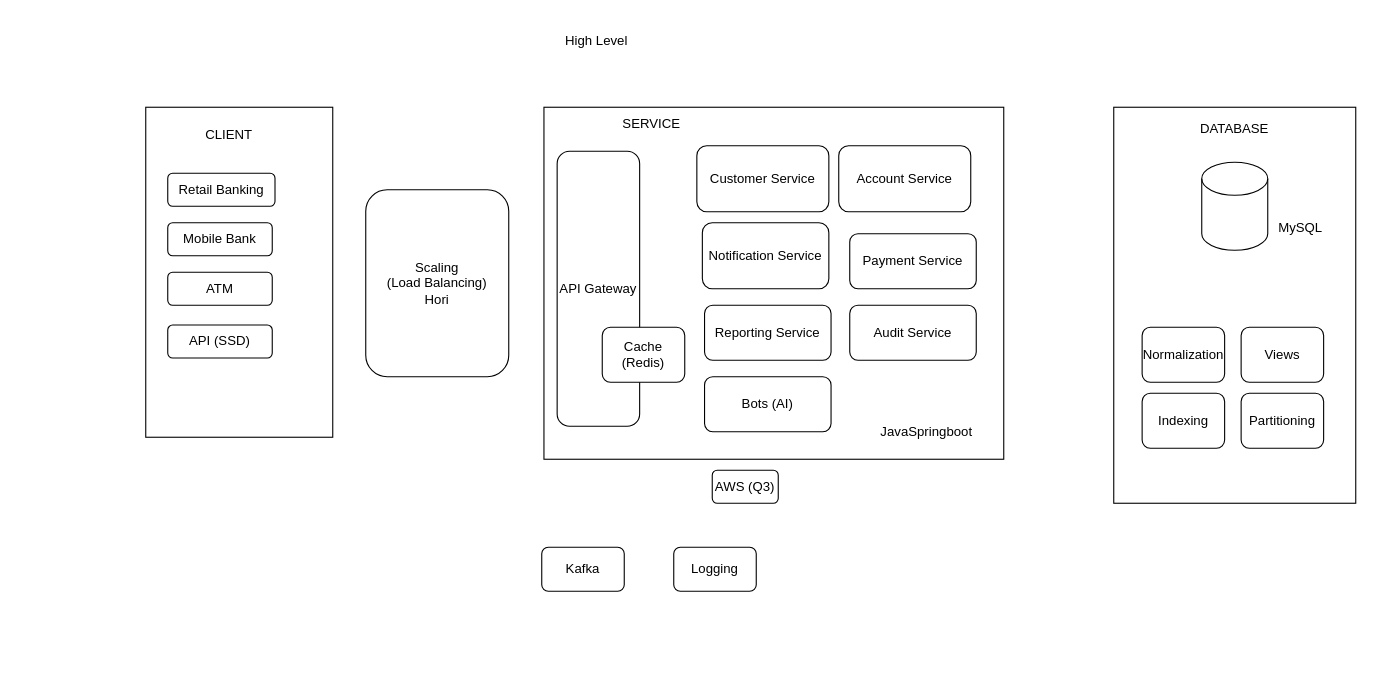
This is resources/Banking App Diagram.drawio from AkhoMngqibisa/java-backend-study-group, a draw.io file, before an edit. Source tidied: cells renumbered, new cells numbered last; positions are measured from the earlier drawing's top-left corner, leaving out a move shared by most shapes. Both pictures are drawn from the tidied source at 110%, with x=0, y=0 at pixel (145, 19).
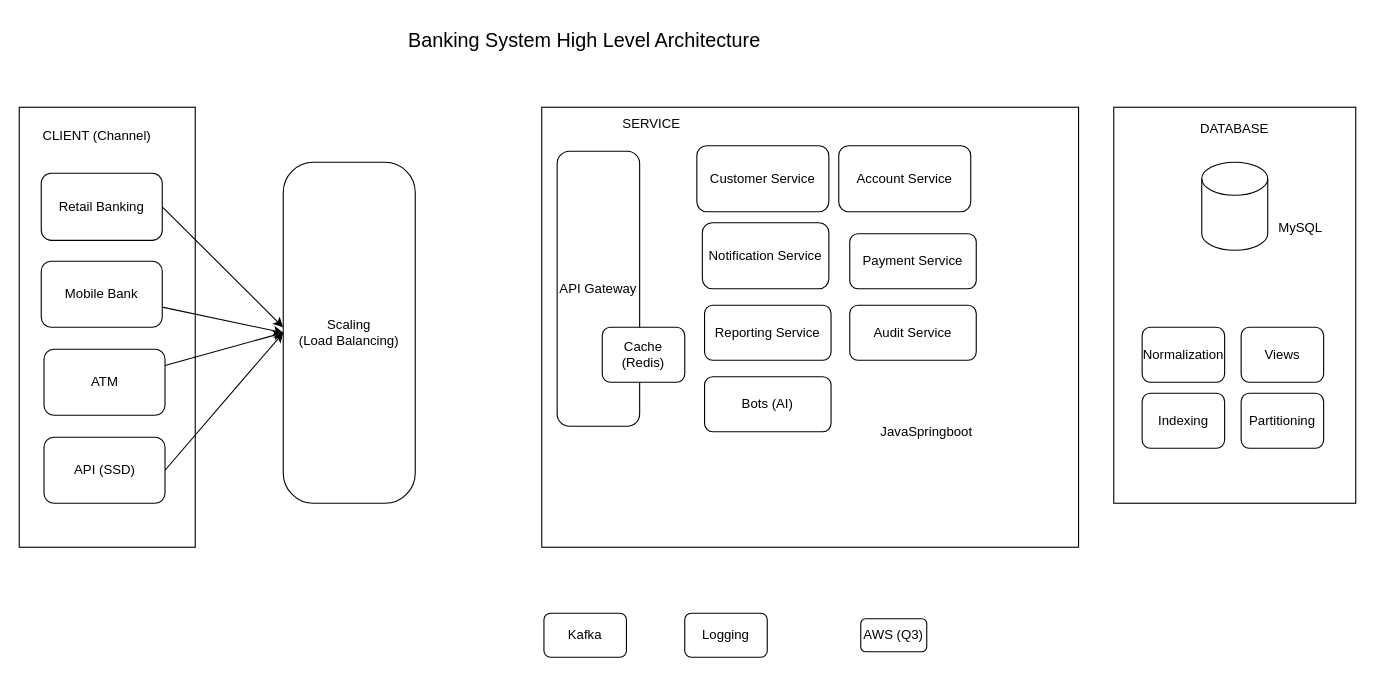
The same page after the edit.

Commit message (it also covers changes not shown here):
feat: update the client layer

What changed in the source:
```diff
@@
-    <mxCell id="2" value="High Level" style="text;html=1;whiteSpace=wrap;strokeColor=none;fillColor=none;align=center;verticalAlign=middle;rounded=0;" parent="1" vertex="1">
-      <mxGeometry x="330" width="160" height="40" as="geometry" />
+    <mxCell id="2" value="&lt;font style=&quot;font-size: 18px;&quot;&gt;Banking System High Level Architecture&lt;/font&gt;" style="text;html=1;whiteSpace=wrap;strokeColor=none;fillColor=none;align=center;verticalAlign=middle;rounded=0;" parent="1" vertex="1">
+      <mxGeometry x="215" width="367.5" height="40" as="geometry" />
     </mxCell>
     <mxCell id="3" style="rounded=0;whiteSpace=wrap;html=1;" parent="1" vertex="1">
-      <mxGeometry y="80" width="170" height="300" as="geometry" />
+      <mxGeometry x="-115" y="80" width="160" height="400" as="geometry" />
     </mxCell>
-    <mxCell id="4" value="CLIENT&amp;nbsp;" style="text;html=1;whiteSpace=wrap;strokeColor=none;fillColor=none;align=center;verticalAlign=middle;rounded=0;" parent="1" vertex="1">
-      <mxGeometry x="20" y="90" width="115" height="30" as="geometry" />
+    <mxCell id="4" value="CLIENT (Channel)&amp;nbsp;" style="text;html=1;whiteSpace=wrap;strokeColor=none;fillColor=none;align=center;verticalAlign=middle;rounded=0;" parent="1" vertex="1">
+      <mxGeometry x="-100" y="91" width="115" height="30" as="geometry" />
     </mxCell>
     <mxCell id="5" value="Retail Banking" style="rounded=1;whiteSpace=wrap;html=1;" parent="1" vertex="1">
-      <mxGeometry x="20" y="140" width="97.5" height="30" as="geometry" />
+      <mxGeometry x="-95" y="140" width="110" height="61" as="geometry" />
     </mxCell>
+    <mxCell id="33" style="rounded=0;jettySize=auto;html=1;entryX=0;entryY=0.5;entryDx=0;entryDy=0;" parent="1" edge="1" source="6" target="25">
+      <mxGeometry relative="1" as="geometry" />
+    </mxCell>
     <mxCell id="6" value="ATM" style="rounded=1;whiteSpace=wrap;html=1;" parent="1" vertex="1">
-      <mxGeometry x="20" y="230" width="95" height="30" as="geometry" />
+      <mxGeometry x="-92.5" y="300" width="110" height="60" as="geometry" />
     </mxCell>
     <mxCell id="7" value="Mobile Bank" style="rounded=1;whiteSpace=wrap;html=1;" parent="1" vertex="1">
-      <mxGeometry x="20" y="185" width="95" height="30" as="geometry" />
+      <mxGeometry x="-95" y="220" width="110" height="60" as="geometry" />
     </mxCell>
+    <mxCell id="34" style="rounded=0;jettySize=auto;html=1;entryX=0;entryY=0.5;entryDx=0;entryDy=0;exitX=1;exitY=0.5;exitDx=0;exitDy=0;" parent="1" edge="1" source="8" target="25">
+      <mxGeometry relative="1" as="geometry" />
+    </mxCell>
     <mxCell id="8" value="API (SSD)" style="rounded=1;whiteSpace=wrap;html=1;" parent="1" vertex="1">
-      <mxGeometry x="20" y="278" width="95" height="30" as="geometry" />
+      <mxGeometry x="-92.5" y="380" width="110" height="60" as="geometry" />
     </mxCell>
     <mxCell id="9" style="rounded=0;whiteSpace=wrap;html=1;" parent="1" vertex="1">
-      <mxGeometry x="362" y="80" width="418" height="320" as="geometry" />
+      <mxGeometry x="360" y="80" width="488" height="400" as="geometry" />
     </mxCell>
@@
     <mxCell id="22" value="Kafka" style="rounded=1;whiteSpace=wrap;html=1;" parent="1" vertex="1">
-      <mxGeometry x="360" y="480" width="75" height="40" as="geometry" />
+      <mxGeometry x="362" y="540" width="75" height="40" as="geometry" />
     </mxCell>
@@
     <mxCell id="24" value="Logging" style="rounded=1;whiteSpace=wrap;html=1;" parent="1" vertex="1">
-      <mxGeometry x="480" y="480" width="75" height="40" as="geometry" />
+      <mxGeometry x="490" y="540" width="75" height="40" as="geometry" />
     </mxCell>
-    <mxCell id="25" value="Scaling&lt;br&gt;(Load Balancing)&lt;br&gt;Hori" style="rounded=1;whiteSpace=wrap;html=1;" parent="1" vertex="1">
-      <mxGeometry x="200" y="155" width="130" height="170" as="geometry" />
+    <mxCell id="25" value="Scaling&lt;br&gt;(Load Balancing)" style="rounded=1;whiteSpace=wrap;html=1;arcSize=23;" parent="1" vertex="1">
+      <mxGeometry x="125" y="130" width="120" height="310" as="geometry" />
     </mxCell>
@@
     <mxCell id="29" value="AWS (Q3)" style="rounded=1;whiteSpace=wrap;html=1;" parent="1" vertex="1">
-      <mxGeometry x="515" y="410" width="60" height="30" as="geometry" />
+      <mxGeometry x="650" y="545" width="60" height="30" as="geometry" />
     </mxCell>
@@
+    <mxCell id="35" style="rounded=0;jettySize=auto;html=1;exitX=1;exitY=0.5;exitDx=0;exitDy=0;" parent="1" edge="1" source="5">
+      <mxGeometry relative="1" as="geometry">
+        <mxPoint x="124.9" y="280" as="targetPoint" />
+      </mxGeometry>
+    </mxCell>
+    <mxCell id="36" style="rounded=0;jettySize=auto;html=1;entryX=0;entryY=0.5;entryDx=0;entryDy=0;" parent="1" edge="1" source="7" target="25">
+      <mxGeometry relative="1" as="geometry" />
+    </mxCell>
```
